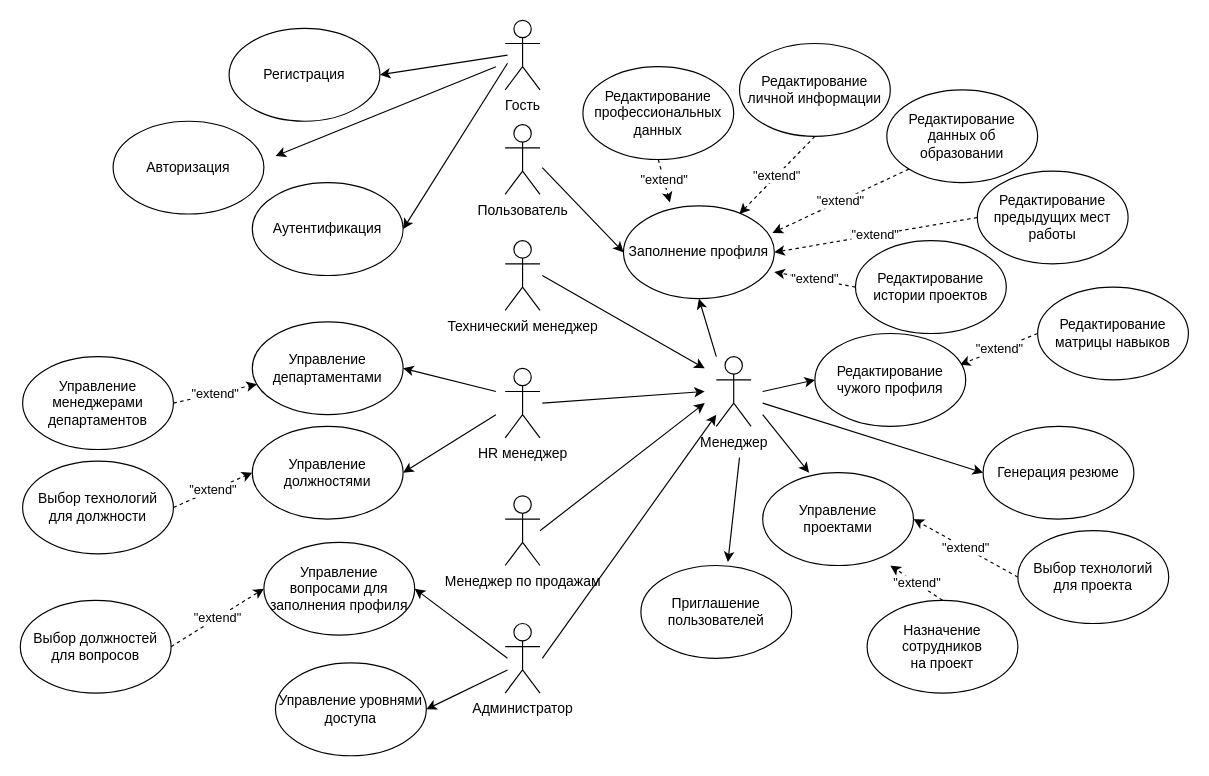
DmitryGolubko/new-bsuir-diploma-latex keeps this draw.io diagram as graphics/use_case.drawio. Above is the earlier version. Source tidied: cells renumbered, new cells numbered last; positions are measured from the earlier drawing's top-left corner, leaving out a move shared by most shapes. Both pictures are drawn from the tidied source at 116%, with x=0, y=0 at pixel (20, 20).
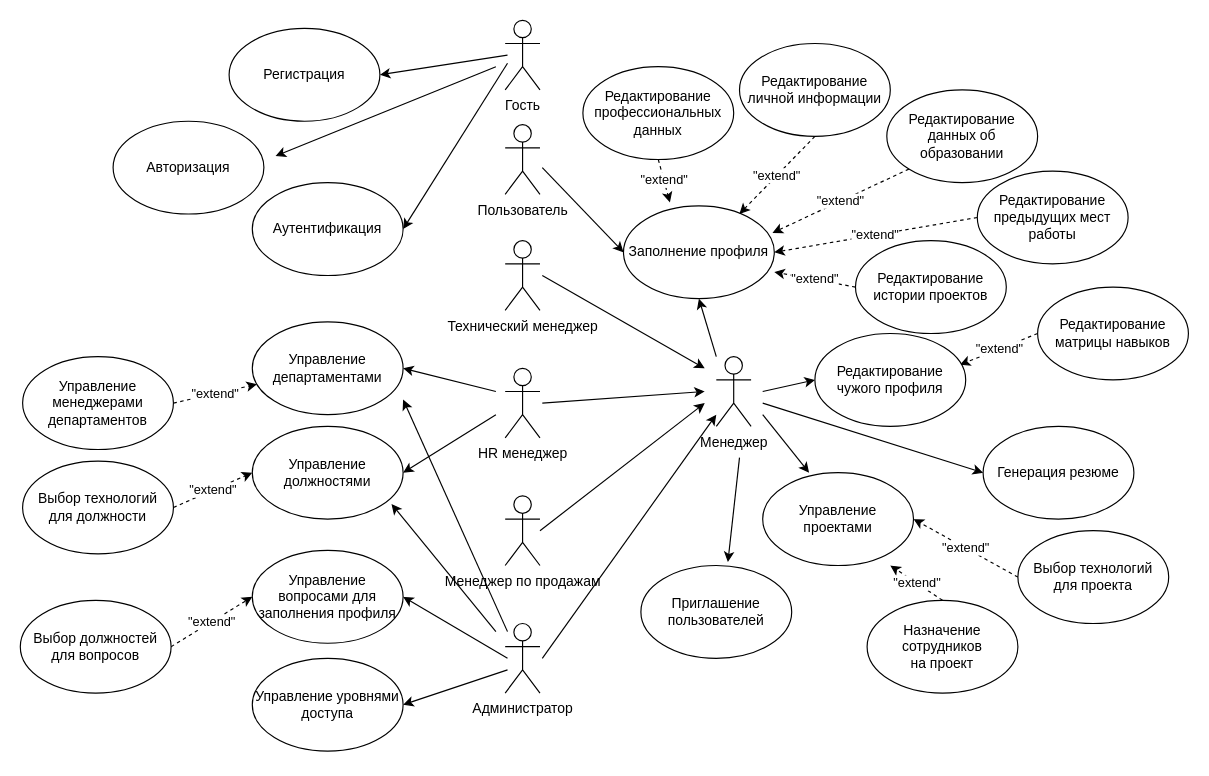
The same page after the edit.

Commit message (it also covers changes not shown here):
added use case section, start writing database model

Change to the diagram source:
```diff
@@
     <mxCell id="36" value="Управление вопросами для заполнения профиля" style="ellipse;whiteSpace=wrap;html=1;" parent="1" vertex="1">
-      <mxGeometry x="210" y="450" width="130" height="80" as="geometry" />
+      <mxGeometry x="200" y="457" width="130" height="80" as="geometry" />
     </mxCell>
@@
     <mxCell id="40" value="Управление уровнями доступа" style="ellipse;whiteSpace=wrap;html=1;" parent="1" vertex="1">
-      <mxGeometry x="220" y="554" width="130" height="80" as="geometry" />
+      <mxGeometry x="200" y="550" width="130" height="80" as="geometry" />
     </mxCell>
@@
+    <mxCell id="60" style="edgeStyle=none;orthogonalLoop=1;jettySize=auto;html=1;strokeColor=#000000;" parent="1" edge="1">
+      <mxGeometry relative="1" as="geometry">
+        <mxPoint x="420" y="527" as="sourcePoint" />
+        <mxPoint x="330" y="327" as="targetPoint" />
+      </mxGeometry>
+    </mxCell>
+    <mxCell id="61" style="edgeStyle=none;orthogonalLoop=1;jettySize=auto;html=1;strokeColor=#000000;" parent="1" edge="1">
+      <mxGeometry relative="1" as="geometry">
+        <mxPoint x="410" y="527" as="sourcePoint" />
+        <mxPoint x="320" y="417" as="targetPoint" />
+      </mxGeometry>
+    </mxCell>
```
